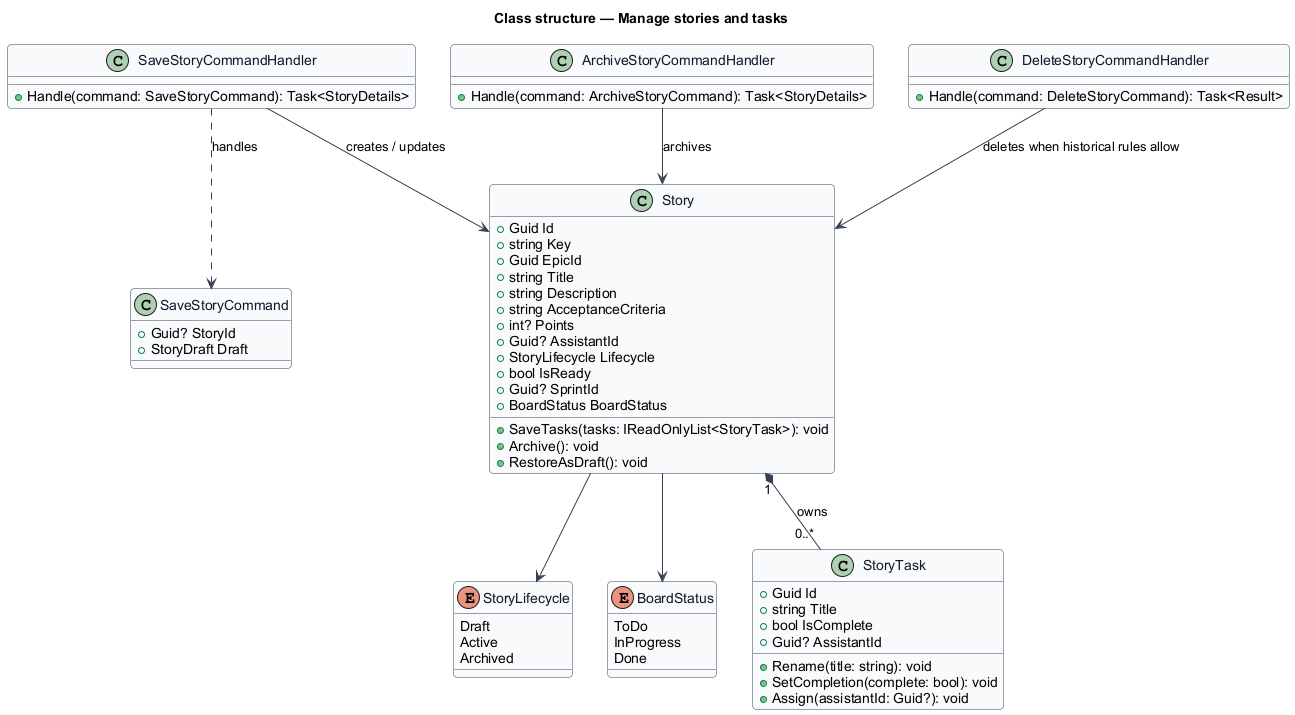
Above: docs/detailed-designs/work-items/manage-stories-and-tasks/diagrams/class-structure.png in QuinntyneBrown/quinntyne-brown-consulting (PlantUML), before the change. Source of this version:
```plantuml
@startuml
skinparam backgroundColor #FFFFFF
skinparam shadowing false
skinparam roundcorner 8
skinparam defaultFontName Arial
skinparam ArrowColor #344054
skinparam class {
  BorderColor #344054
  FontColor #101828
  BackgroundColor #F9FAFB
}
title Class structure — Manage stories and tasks

enum StoryLifecycle {
  Draft
  Active
  Archived
}

enum BoardStatus {
  ToDo
  InProgress
  Done
}

class Story {
  +Guid Id
  +string Key
  +Guid EpicId
  +string Title
  +string Description
  +string AcceptanceCriteria
  +int? Points
  +Guid? AssistantId
  +StoryLifecycle Lifecycle
  +bool IsReady
  +Guid? SprintId
  +BoardStatus BoardStatus
  +SaveTasks(tasks: IReadOnlyList<StoryTask>): void
  +Archive(): void
  +RestoreAsDraft(): void
}

class StoryTask {
  +Guid Id
  +string Title
  +bool IsComplete
  +Guid? AssistantId
  +Rename(title: string): void
  +SetCompletion(complete: bool): void
  +Assign(assistantId: Guid?): void
}

class SaveStoryCommand {
  +Guid? StoryId
  +StoryDraft Draft
}

class SaveStoryCommandHandler {
  +Handle(command: SaveStoryCommand): Task<StoryDetails>
}

class ArchiveStoryCommandHandler {
  +Handle(command: ArchiveStoryCommand): Task<StoryDetails>
}

class DeleteStoryCommandHandler {
  +Handle(command: DeleteStoryCommand): Task<Result>
}

Story "1" *-- "0..*" StoryTask : owns
Story --> StoryLifecycle
Story --> BoardStatus
SaveStoryCommandHandler ..> SaveStoryCommand : handles
SaveStoryCommandHandler --> Story : creates / updates
ArchiveStoryCommandHandler --> Story : archives
DeleteStoryCommandHandler --> Story : deletes when historical rules allow
@enduml
```
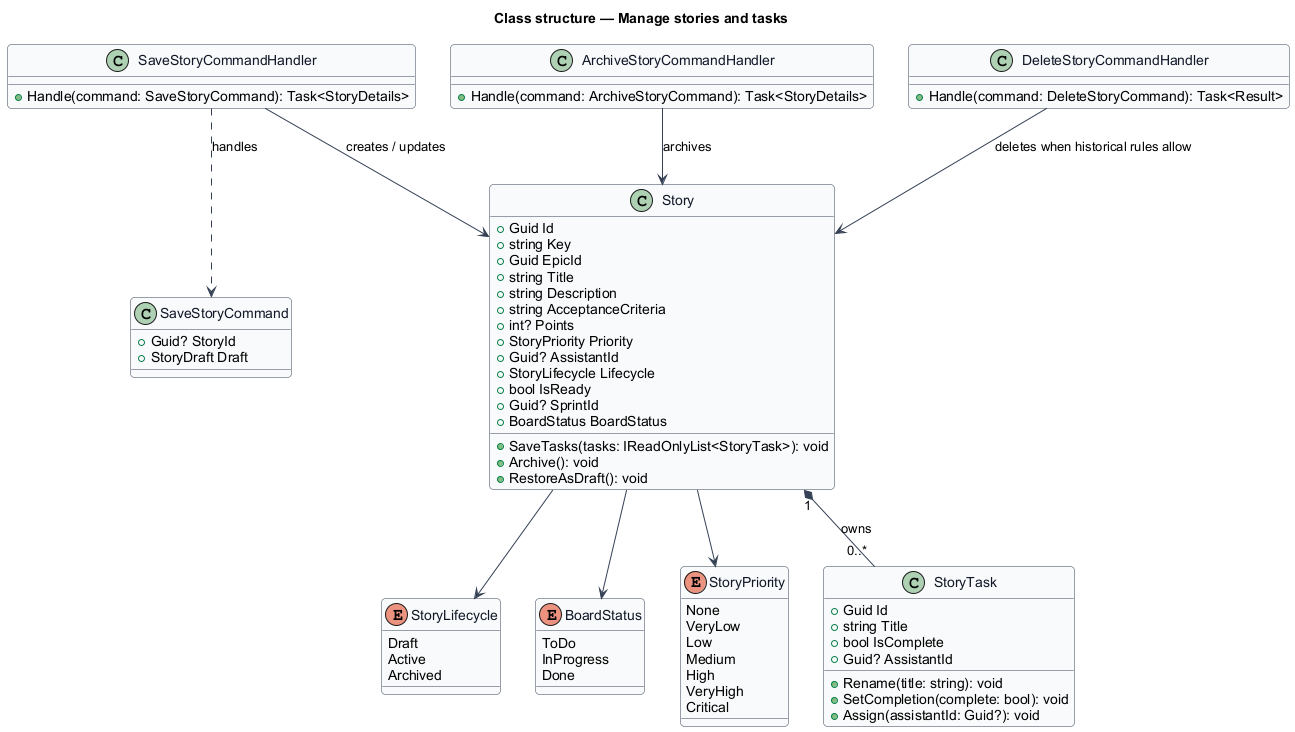
Later version of the same file.

The edit, as a diff of the source:
```diff
@@ -23,6 +23,16 @@
   Done
 }
 
+enum StoryPriority {
+  None
+  VeryLow
+  Low
+  Medium
+  High
+  VeryHigh
+  Critical
+}
+
 class Story {
   +Guid Id
   +string Key
@@ -31,6 +41,7 @@
   +string Description
   +string AcceptanceCriteria
   +int? Points
+  +StoryPriority Priority
   +Guid? AssistantId
   +StoryLifecycle Lifecycle
   +bool IsReady
@@ -75,4 +86,5 @@
 SaveStoryCommandHandler --> Story : creates / updates
 ArchiveStoryCommandHandler --> Story : archives
 DeleteStoryCommandHandler --> Story : deletes when historical rules allow
+Story --> StoryPriority
 @enduml
```
